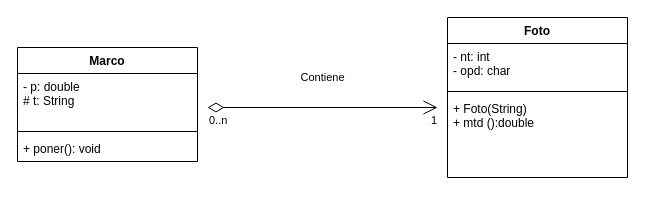
The draw.io diagram DCMarco-foto.drawio in AED1286-POO-GD-AD24/GHUB.java.AD24.unidadII-practica-LourdesArmenta, before the edit. Source tidied: cells renumbered, new cells numbered last; positions are measured from the earlier drawing's top-left corner, leaving out a move shared by most shapes. Both pictures are drawn from the tidied source at 100%, with x=0, y=0 at pixel (17, 17).
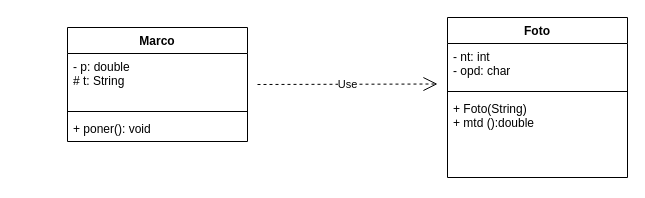
The same diagram, later.

Commit message (it also covers changes not shown here):
Actualización Diagrama Clases Marco-Foto

Diff of the diagram source:
```diff
@@
 <mxGraphModel>
   <root>
     <mxCell id="0" />
     <mxCell id="1" parent="0" />
     <mxCell id="2" value="Marco" style="swimlane;fontStyle=1;align=center;verticalAlign=top;horizontal=1;startSize=26;whiteSpace=wrap;html=1;" parent="1" vertex="1">
-      <mxGeometry y="30" width="180" height="114" as="geometry" />
+      <mxGeometry x="50" y="10" width="180" height="114" as="geometry" />
     </mxCell>
     <mxCell id="3" value="- p: double&lt;div&gt;# t: String&lt;/div&gt;" style="text;strokeColor=none;fillColor=none;align=left;verticalAlign=top;spacingLeft=4;spacingRight=4;overflow=hidden;whiteSpace=wrap;html=1;" parent="2" vertex="1">
       <mxGeometry y="26" width="180" height="54" as="geometry" />
     </mxCell>
     <mxCell id="4" style="line;strokeWidth=1;fillColor=none;align=left;verticalAlign=middle;spacingTop=-1;spacingLeft=3;spacingRight=3;labelPosition=right;strokeColor=inherit;" parent="2" vertex="1">
       <mxGeometry y="80" width="180" height="8" as="geometry" />
     </mxCell>
     <mxCell id="5" value="+ poner(): void" style="text;strokeColor=none;fillColor=none;align=left;verticalAlign=top;spacingLeft=4;spacingRight=4;overflow=hidden;whiteSpace=wrap;html=1;" parent="2" vertex="1">
       <mxGeometry y="88" width="180" height="26" as="geometry" />
     </mxCell>
     <mxCell id="6" value="Foto" style="swimlane;fontStyle=1;align=center;verticalAlign=top;horizontal=1;startSize=26;whiteSpace=wrap;html=1;" parent="1" vertex="1">
       <mxGeometry x="430" width="180" height="160" as="geometry" />
     </mxCell>
     <mxCell id="7" value="- nt: int&lt;div&gt;- opd: char&lt;/div&gt;" style="text;strokeColor=none;fillColor=none;align=left;verticalAlign=top;spacingLeft=4;spacingRight=4;overflow=hidden;whiteSpace=wrap;html=1;" parent="6" vertex="1">
       <mxGeometry y="26" width="180" height="44" as="geometry" />
     </mxCell>
     <mxCell id="8" style="line;strokeWidth=1;fillColor=none;align=left;verticalAlign=middle;spacingTop=-1;spacingLeft=3;spacingRight=3;labelPosition=right;strokeColor=inherit;" parent="6" vertex="1">
       <mxGeometry y="70" width="180" height="8" as="geometry" />
     </mxCell>
     <mxCell id="9" value="+ Foto(String)&lt;div&gt;+ mtd ():double&lt;/div&gt;" style="text;strokeColor=none;fillColor=none;align=left;verticalAlign=top;spacingLeft=4;spacingRight=4;overflow=hidden;whiteSpace=wrap;html=1;" parent="6" vertex="1">
       <mxGeometry y="78" width="180" height="82" as="geometry" />
     </mxCell>
-    <mxCell id="10" value="Contiene" style="endArrow=open;html=1;endSize=12;startArrow=diamondThin;startSize=14;startFill=0;edgeStyle=orthogonalEdgeStyle;rounded=0;" parent="1" edge="1">
-      <mxGeometry y="30" relative="1" as="geometry">
-        <mxPoint x="190" y="90" as="sourcePoint" />
-        <mxPoint x="420" y="90" as="targetPoint" />
-      </mxGeometry>
-    </mxCell>
-    <mxCell id="11" value="0..n" style="edgeLabel;html=1;align=left;verticalAlign=top;" parent="10" vertex="1">
-      <mxGeometry x="-1" relative="1" as="geometry" />
-    </mxCell>
-    <mxCell id="12" value="1" style="edgeLabel;html=1;align=right;verticalAlign=top;" parent="10" vertex="1">
-      <mxGeometry x="1" relative="1" as="geometry" />
-    </mxCell>
+    <mxCell id="13" value="Use" style="endArrow=open;endSize=12;dashed=1;html=1;rounded=0;" parent="1" edge="1">
+      <mxGeometry relative="1" as="geometry">
+        <mxPoint x="240" y="67" as="sourcePoint" />
+        <mxPoint x="420" y="66.5" as="targetPoint" />
+      </mxGeometry>
+    </mxCell>
   </root>
 </mxGraphModel>
```
